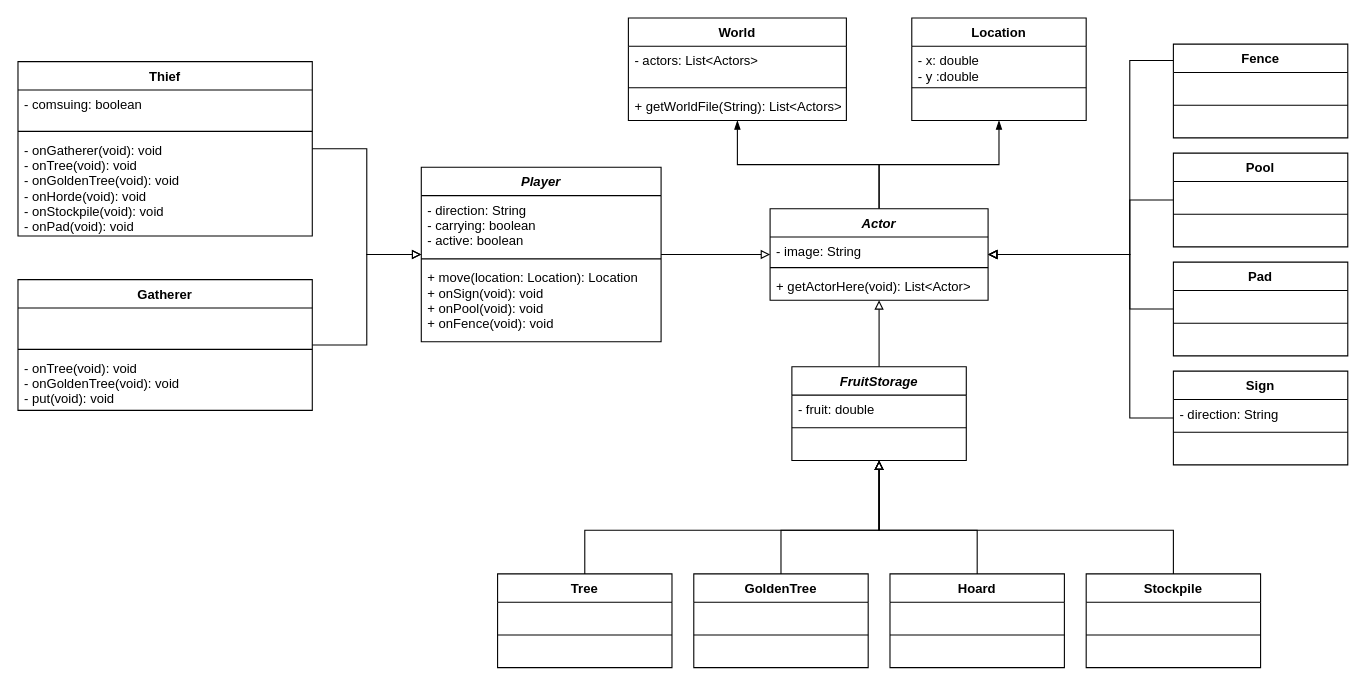
Before: project2A.drawio in li000839/objectOrientedSoftwareDevelopment, a draw.io diagram. Source tidied: cells renumbered, new cells numbered last; positions are measured from the earlier drawing's top-left corner, leaving out a move shared by most shapes. Both pictures are drawn from the tidied source at 109%, with x=0, y=0 at pixel (17, 17).
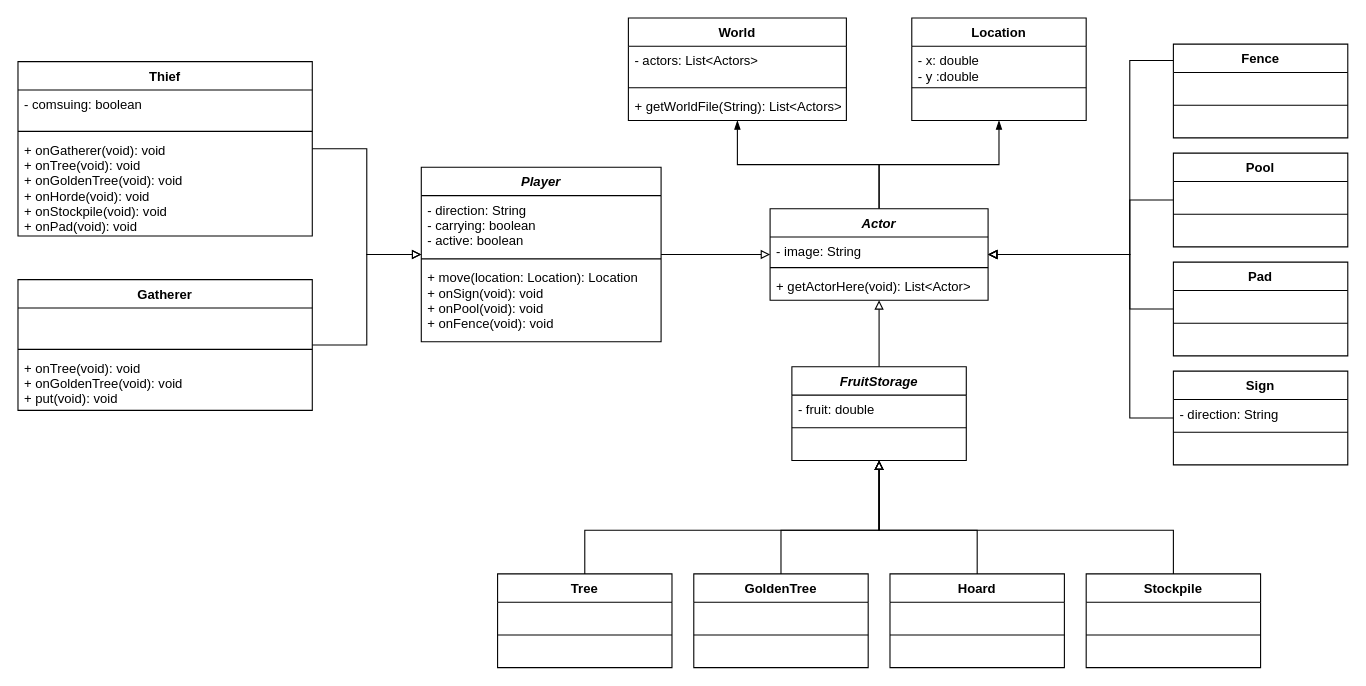
The same diagram, later.

The change refers to these unchanged cells:
```xml
<mxCell id="12" value="Thief" style="swimlane;fontStyle=1;align=center;verticalAlign=top;horizontal=1;startSize=26;" parent="1" vertex="1">
  <mxGeometry y="40" width="270" height="160" as="geometry" />
</mxCell>
<mxCell id="17" value="Gatherer" style="swimlane;fontStyle=1;align=center;verticalAlign=top;horizontal=1;startSize=26;" parent="1" vertex="1">
  <mxGeometry y="240" width="270" height="120" as="geometry" />
</mxCell>
```

What changed in the source:
```diff
@@
-    <mxCell id="15" value="- onGatherer(void): void&#10;- onTree(void): void&#10;- onGoldenTree(void): void&#10;- onHorde(void): void&#10;- onStockpile(void): void&#10;- onPad(void): void  " style="text;strokeColor=none;fillColor=none;align=left;verticalAlign=top;spacingLeft=4;spacingRight=4;overflow=hidden;" parent="12" vertex="1">
+    <mxCell id="15" value="+ onGatherer(void): void&#10;+ onTree(void): void&#10;+ onGoldenTree(void): void&#10;+ onHorde(void): void&#10;+ onStockpile(void): void&#10;+ onPad(void): void  " style="text;strokeColor=none;fillColor=none;align=left;verticalAlign=top;spacingLeft=4;spacingRight=4;overflow=hidden;" parent="12" vertex="1">
       <mxGeometry y="68" width="270" height="92" as="geometry" />
     </mxCell>
@@
-    <mxCell id="20" value="- onTree(void): void&#10;- onGoldenTree(void): void&#10;- put(void): void" style="text;strokeColor=none;fillColor=none;align=left;verticalAlign=top;spacingLeft=4;spacingRight=4;overflow=hidden;" parent="17" vertex="1">
+    <mxCell id="20" value="+ onTree(void): void&#10;+ onGoldenTree(void): void&#10;+ put(void): void" style="text;strokeColor=none;fillColor=none;align=left;verticalAlign=top;spacingLeft=4;spacingRight=4;overflow=hidden;" parent="17" vertex="1">
       <mxGeometry y="68" width="270" height="52" as="geometry" />
     </mxCell>
```
